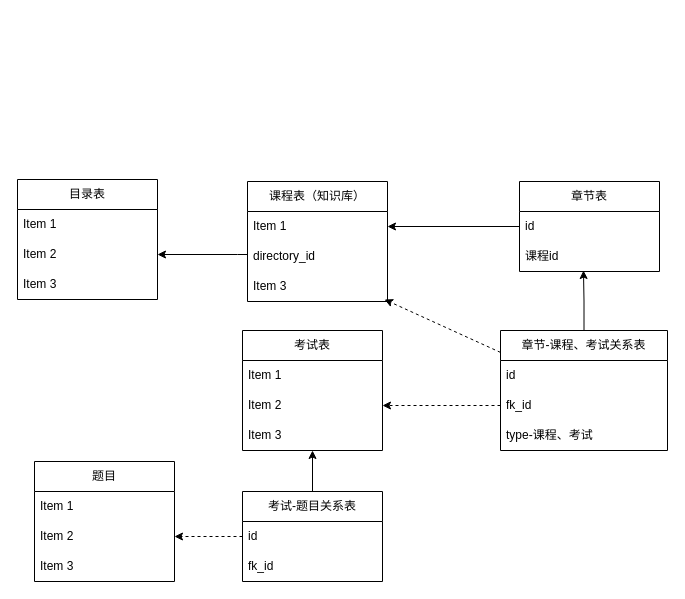
ammengke/my-drawio keeps this draw.io diagram as 尚学堂-知识库设计.drawio. Above is the earlier version. Source tidied: cells renumbered, new cells numbered last; positions are measured from the earlier drawing's top-left corner, leaving out a move shared by most shapes. Both pictures are drawn from the tidied source at 100%, with x=0, y=0 at pixel (17, 179).
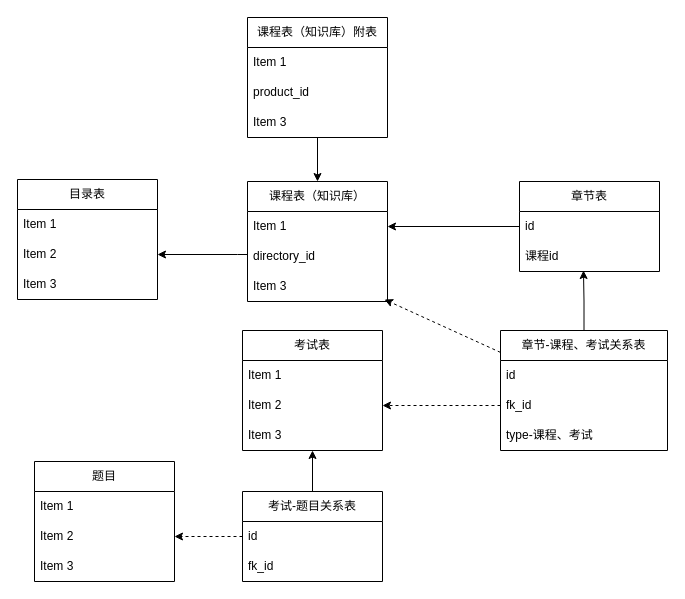
After the change.

Commit message:
更新尚学堂-知识库设计.drawio

Unchanged cells that the change refers to:
```xml
<mxCell id="3" value="课程表（知识库）" style="swimlane;fontStyle=0;horizontal=1;startSize=30;whiteSpace=wrap;html=1;" parent="1" vertex="1">
  <mxGeometry x="230" y="2" width="140" height="120" as="geometry" />
</mxCell>
```

Change to the diagram source:
```diff
@@
+    <mxCell id="35" style="edgeStyle=orthogonalEdgeStyle;rounded=0;jettySize=auto;html=1;entryX=0.5;entryY=0;entryDx=0;entryDy=0;" parent="1" edge="1" source="36" target="3">
+      <mxGeometry relative="1" as="geometry" />
+    </mxCell>
+    <mxCell id="36" value="课程表（知识库）附表" style="swimlane;fontStyle=0;horizontal=1;startSize=30;whiteSpace=wrap;html=1;" parent="1" vertex="1">
+      <mxGeometry x="230" y="-162" width="140" height="120" as="geometry" />
+    </mxCell>
+    <mxCell id="37" value="Item 1" style="text;strokeColor=none;fillColor=none;align=left;verticalAlign=middle;spacingLeft=4;spacingRight=4;overflow=hidden;whiteSpace=wrap;html=1;" parent="36" vertex="1">
+      <mxGeometry y="30" width="140" height="30" as="geometry" />
+    </mxCell>
+    <mxCell id="38" value="product_id" style="text;strokeColor=none;fillColor=none;align=left;verticalAlign=middle;spacingLeft=4;spacingRight=4;overflow=hidden;whiteSpace=wrap;html=1;" parent="36" vertex="1">
+      <mxGeometry y="60" width="140" height="30" as="geometry" />
+    </mxCell>
+    <mxCell id="39" value="Item 3" style="text;strokeColor=none;fillColor=none;align=left;verticalAlign=middle;spacingLeft=4;spacingRight=4;overflow=hidden;whiteSpace=wrap;html=1;" parent="36" vertex="1">
+      <mxGeometry y="90" width="140" height="30" as="geometry" />
+    </mxCell>
```
